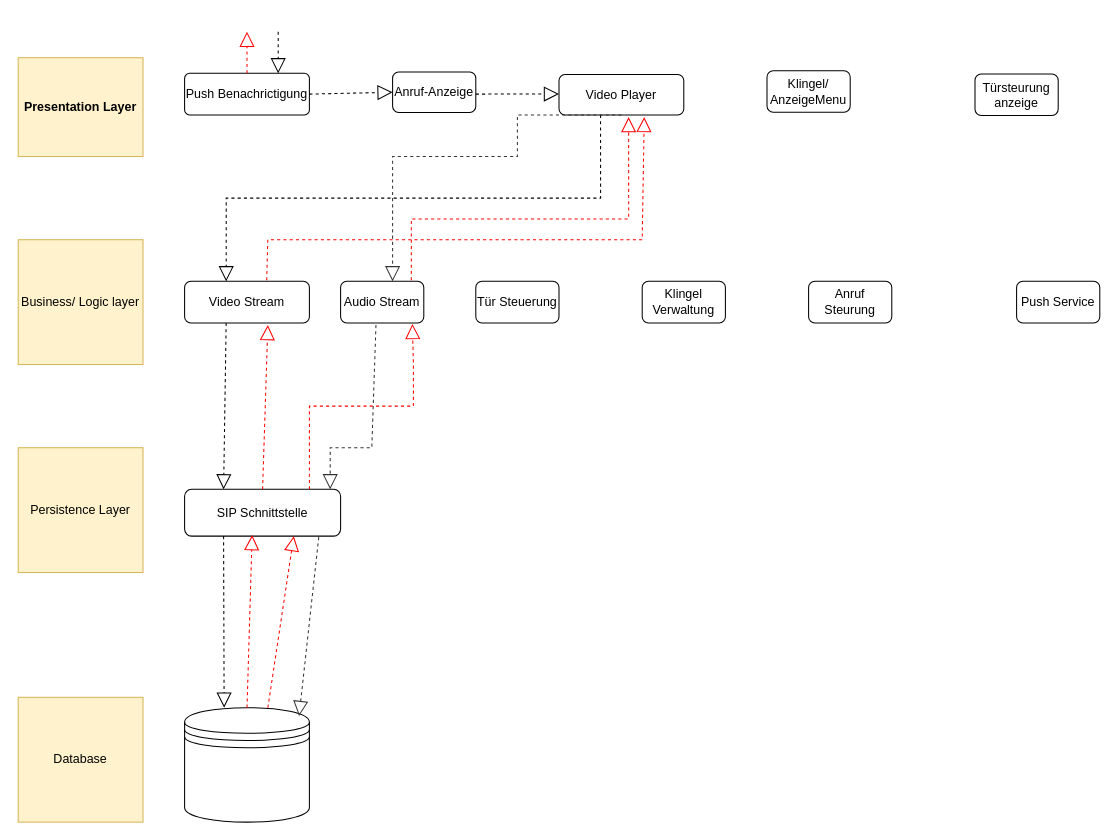
Above: Semesterprojekt/assets/diagrams/Unbenanntes Diagramm.drawio in WHS-SWT-P35-WiSe22-23/praktikum (draw.io), before the change. Source tidied: cells renumbered, new cells numbered last; positions are measured from the earlier drawing's top-left corner, leaving out a move shared by most shapes. Both pictures are drawn from the tidied source at 104%, with x=0, y=0 at pixel (18, 31).
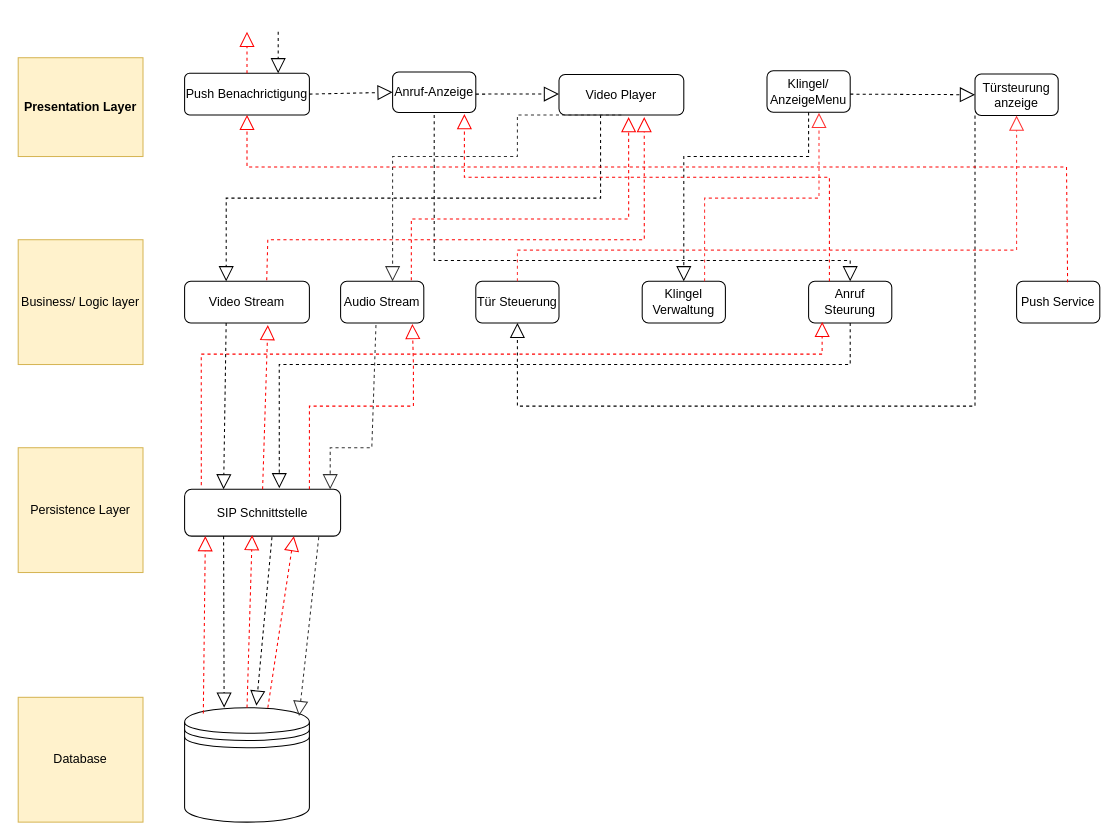
The same diagram, later.

Commit message:
Layered Architecture Pattern.drawio aktualisiert

Unchanged cells that the change refers to:
```xml
<mxCell id="3" value="Push Benachrictigung" style="rounded=1;whiteSpace=wrap;html=1;fontSize=12;arcSize=12;" parent="1" vertex="1">
  <mxGeometry x="160" y="40" width="120" height="40" as="geometry" />
</mxCell>
<mxCell id="4" value="Anruf-Anzeige" style="rounded=1;whiteSpace=wrap;html=1;fontSize=12;" parent="1" vertex="1">
  <mxGeometry x="360" y="38.8" width="80" height="38.8" as="geometry" />
</mxCell>
<mxCell id="5" value="Video Player" style="rounded=1;whiteSpace=wrap;html=1;fontSize=12;" parent="1" vertex="1">
  <mxGeometry x="520" y="41.2" width="120" height="38.8" as="geometry" />
</mxCell>
<mxCell id="6" value="Klingel/ AnzeigeMenu" style="rounded=1;whiteSpace=wrap;html=1;fontSize=12;" parent="1" vertex="1">
  <mxGeometry x="720" y="37.5" width="80" height="40" as="geometry" />
</mxCell>
<mxCell id="7" value="Türsteurung anzeige" style="rounded=1;whiteSpace=wrap;html=1;fontSize=12;" parent="1" vertex="1">
  <mxGeometry x="920" y="40.6" width="80" height="40" as="geometry" />
</mxCell>
<mxCell id="8" value="Video Stream" style="rounded=1;whiteSpace=wrap;html=1;fontSize=12;" parent="1" vertex="1">
  <mxGeometry x="160" y="240" width="120" height="40" as="geometry" />
</mxCell>
<mxCell id="11" value="Tür Steuerung" style="rounded=1;whiteSpace=wrap;html=1;fontSize=12;" parent="1" vertex="1">
  <mxGeometry x="440" y="240" width="80" height="40" as="geometry" />
</mxCell>
<mxCell id="12" value="Klingel Verwaltung" style="rounded=1;whiteSpace=wrap;html=1;fontSize=12;" parent="1" vertex="1">
  <mxGeometry x="600" y="240" width="80" height="40" as="geometry" />
</mxCell>
<mxCell id="13" value="Anruf Steurung" style="rounded=1;whiteSpace=wrap;html=1;fontSize=12;" parent="1" vertex="1">
  <mxGeometry x="760" y="240" width="80" height="40" as="geometry" />
</mxCell>
<mxCell id="14" value="Push Service" style="rounded=1;whiteSpace=wrap;html=1;fontSize=12;" parent="1" vertex="1">
  <mxGeometry x="960" y="240" width="80" height="40" as="geometry" />
</mxCell>
<mxCell id="16" value="SIP Schnittstelle" style="rounded=1;whiteSpace=wrap;html=1;fontSize=12;" parent="1" vertex="1">
  <mxGeometry x="160" y="440" width="150" height="45" as="geometry" />
</mxCell>
<mxCell id="18" style="shape=datastore;whiteSpace=wrap;html=1;fontSize=12;" parent="1" vertex="1">
  <mxGeometry x="160" y="650" width="120" height="110" as="geometry" />
</mxCell>
```

Change to the diagram source:
```diff
@@
-<mxGraphModel>
+<mxGraphModel background="#FFFFFF">
@@
     <mxCell id="28" style="endArrow=block;dashed=1;endFill=0;endSize=12;html=1;rounded=0;strokeColor=#FF0000;fontSize=12;exitX=0.658;exitY=-0.025;exitDx=0;exitDy=0;exitPerimeter=0;entryX=0.683;entryY=1.052;entryDx=0;entryDy=0;entryPerimeter=0;" parent="1" edge="1" source="8" target="5">
       <mxGeometry x="1" y="91" relative="1" as="geometry">
         <Array as="points">
           <mxPoint x="240" y="200" />
-          <mxPoint x="600" y="200" />
+          <mxPoint x="602" y="200" />
         </Array>
         <mxPoint x="72" y="-88" as="offset" />
       </mxGeometry>
     </mxCell>
@@
+    <mxCell id="35" style="endArrow=block;dashed=1;endFill=0;endSize=12;html=1;rounded=0;strokeColor=#000000;fontSize=12;entryX=0;entryY=0.5;entryDx=0;entryDy=0;" parent="1" edge="1" target="7">
+      <mxGeometry relative="1" as="geometry">
+        <mxPoint x="800" y="60" as="sourcePoint" />
+      </mxGeometry>
+    </mxCell>
+    <mxCell id="36" style="endArrow=block;dashed=1;endFill=0;endSize=12;html=1;rounded=0;strokeColor=#000000;fontSize=12;exitX=0;exitY=1;exitDx=0;exitDy=0;entryX=0.5;entryY=1;entryDx=0;entryDy=0;" parent="1" edge="1" source="7" target="11">
+      <mxGeometry relative="1" as="geometry">
+        <Array as="points">
+          <mxPoint x="920" y="360" />
+          <mxPoint x="720" y="360" />
+          <mxPoint x="480" y="360" />
+        </Array>
+      </mxGeometry>
+    </mxCell>
+    <mxCell id="37" style="endArrow=block;dashed=1;endFill=0;endSize=12;html=1;rounded=0;strokeColor=#FF3333;fontSize=12;exitX=0.5;exitY=0;exitDx=0;exitDy=0;entryX=0.5;entryY=1;entryDx=0;entryDy=0;" parent="1" edge="1" source="11" target="7">
+      <mxGeometry relative="1" as="geometry">
+        <Array as="points">
+          <mxPoint x="480" y="210" />
+          <mxPoint x="960" y="210" />
+        </Array>
+      </mxGeometry>
+    </mxCell>
+    <mxCell id="38" style="endArrow=block;dashed=1;endFill=0;endSize=12;html=1;rounded=0;strokeColor=#000000;fontSize=12;exitX=0.5;exitY=1;exitDx=0;exitDy=0;entryX=0.5;entryY=0;entryDx=0;entryDy=0;" parent="1" edge="1" source="6" target="12">
+      <mxGeometry relative="1" as="geometry">
+        <Array as="points">
+          <mxPoint x="760" y="120" />
+          <mxPoint x="640" y="120" />
+        </Array>
+      </mxGeometry>
+    </mxCell>
+    <mxCell id="39" style="endArrow=block;dashed=1;endFill=0;endSize=12;html=1;rounded=0;strokeColor=#FF3333;fontSize=12;exitX=0.75;exitY=0;exitDx=0;exitDy=0;entryX=0.625;entryY=1.013;entryDx=0;entryDy=0;entryPerimeter=0;" parent="1" edge="1" source="12" target="6">
+      <mxGeometry relative="1" as="geometry">
+        <Array as="points">
+          <mxPoint x="660" y="160" />
+          <mxPoint x="770" y="160" />
+        </Array>
+      </mxGeometry>
+    </mxCell>
+    <mxCell id="40" style="endArrow=block;dashed=1;endFill=0;endSize=12;html=1;rounded=0;strokeColor=#000000;fontSize=12;" parent="1" edge="1">
+      <mxGeometry relative="1" as="geometry">
+        <mxPoint x="400" y="80" as="sourcePoint" />
+        <mxPoint x="800" y="240" as="targetPoint" />
+        <Array as="points">
+          <mxPoint x="400" y="220" />
+          <mxPoint x="800" y="220" />
+        </Array>
+      </mxGeometry>
+    </mxCell>
+    <mxCell id="41" style="endArrow=block;dashed=1;endFill=0;endSize=12;html=1;rounded=0;strokeColor=#000000;fontSize=12;exitX=0.5;exitY=1;exitDx=0;exitDy=0;entryX=0.607;entryY=-0.022;entryDx=0;entryDy=0;entryPerimeter=0;" parent="1" edge="1" source="13" target="16">
+      <mxGeometry relative="1" as="geometry">
+        <Array as="points">
+          <mxPoint x="800" y="320" />
+          <mxPoint x="251" y="320" />
+        </Array>
+      </mxGeometry>
+    </mxCell>
+    <mxCell id="42" style="endArrow=block;dashed=1;endFill=0;endSize=12;html=1;rounded=0;strokeColor=#000000;fontSize=12;exitX=0.56;exitY=1.022;exitDx=0;exitDy=0;exitPerimeter=0;entryX=0.575;entryY=-0.018;entryDx=0;entryDy=0;entryPerimeter=0;" parent="1" edge="1" source="16" target="18">
+      <mxGeometry relative="1" as="geometry" />
+    </mxCell>
+    <mxCell id="43" style="endArrow=block;dashed=1;endFill=0;endSize=12;html=1;rounded=0;strokeColor=#FF0000;fontSize=12;exitX=0.15;exitY=0.05;exitDx=0;exitDy=0;exitPerimeter=0;entryX=0.133;entryY=1;entryDx=0;entryDy=0;entryPerimeter=0;" parent="1" edge="1" source="18" target="16">
+      <mxGeometry relative="1" as="geometry" />
+    </mxCell>
+    <mxCell id="44" style="endArrow=block;dashed=1;endFill=0;endSize=12;html=1;rounded=0;strokeColor=#FF0000;fontSize=12;exitX=0.107;exitY=-0.089;exitDx=0;exitDy=0;exitPerimeter=0;entryX=0.163;entryY=0.975;entryDx=0;entryDy=0;entryPerimeter=0;" parent="1" edge="1" source="16" target="13">
+      <mxGeometry relative="1" as="geometry">
+        <Array as="points">
+          <mxPoint x="176" y="310" />
+          <mxPoint x="773" y="310" />
+        </Array>
+      </mxGeometry>
+    </mxCell>
+    <mxCell id="45" style="endArrow=block;dashed=1;endFill=0;endSize=12;html=1;rounded=0;strokeColor=#FF0000;fontSize=12;exitX=0.25;exitY=0;exitDx=0;exitDy=0;entryX=0.863;entryY=1.039;entryDx=0;entryDy=0;entryPerimeter=0;" parent="1" edge="1" source="13" target="4">
+      <mxGeometry relative="1" as="geometry">
+        <Array as="points">
+          <mxPoint x="780" y="140" />
+          <mxPoint x="429" y="140" />
+        </Array>
+      </mxGeometry>
+    </mxCell>
+    <mxCell id="46" style="endArrow=block;dashed=1;endFill=0;endSize=12;html=1;rounded=0;strokeColor=#FF0000;fontSize=12;entryX=0.5;entryY=1;entryDx=0;entryDy=0;exitX=0.613;exitY=0.025;exitDx=0;exitDy=0;exitPerimeter=0;" parent="1" edge="1" source="14" target="3">
+      <mxGeometry relative="1" as="geometry">
+        <Array as="points">
+          <mxPoint x="1008" y="130" />
+          <mxPoint x="220" y="130" />
+        </Array>
+      </mxGeometry>
+    </mxCell>
```
